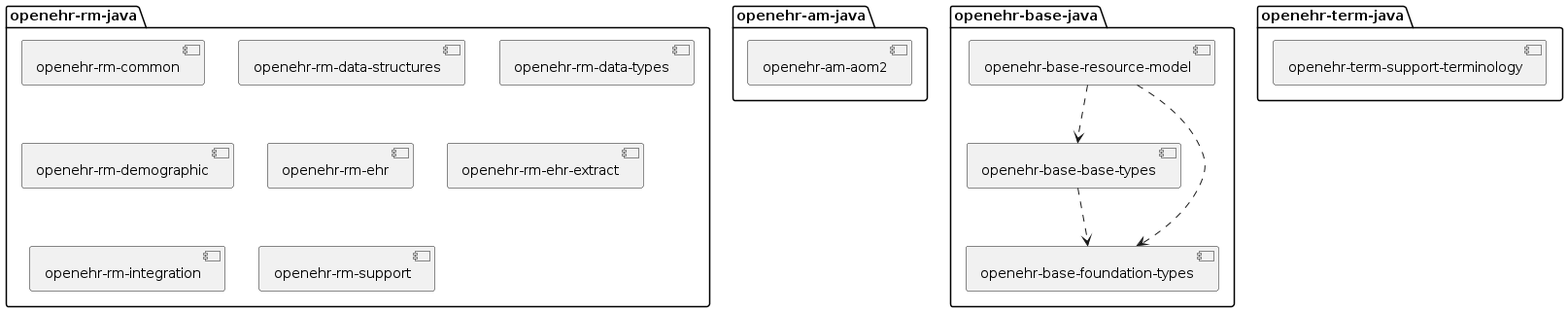
Above: img/overview.png in openehr4j/.github (PlantUML), before the change.
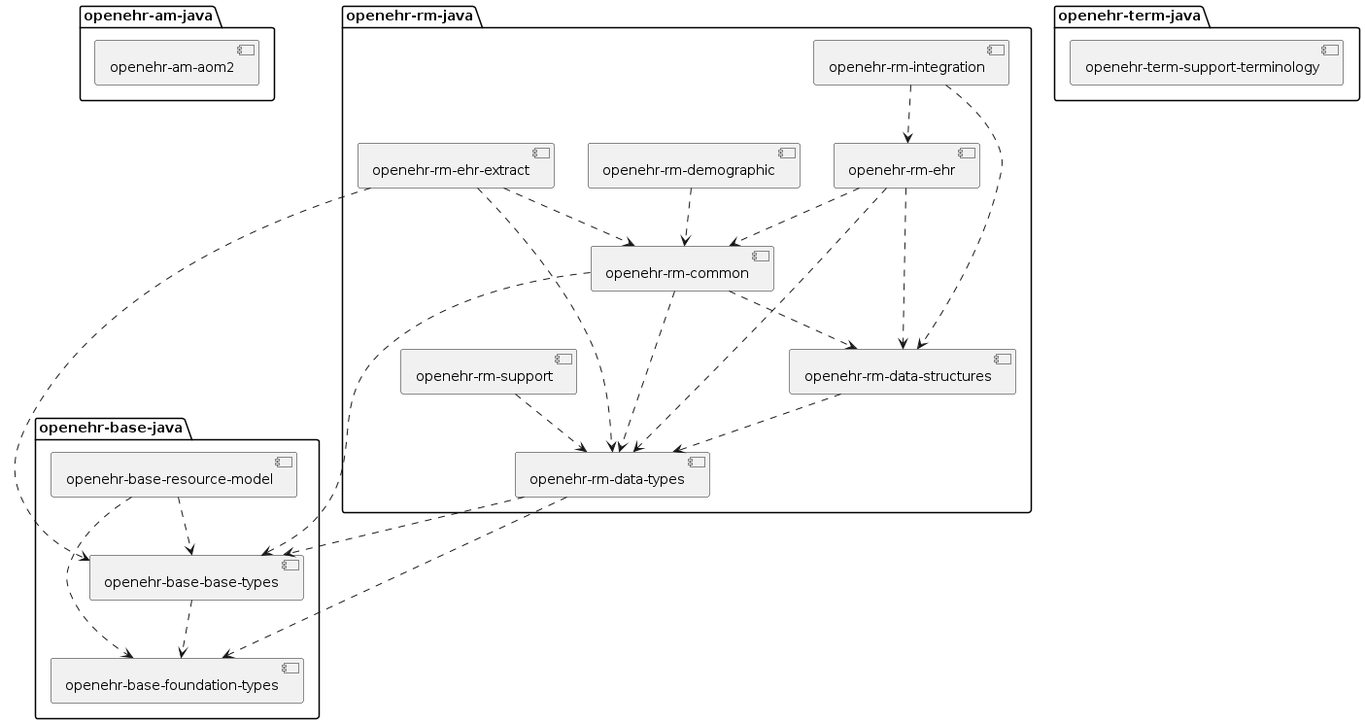
Above is the later version.

Commit message:
Update overview diagram

Diff of the diagram source:
```diff
@@ -29,4 +29,28 @@
 resourceModel ..> baseTypes
 resourceModel ..> foundationTypes
 
+common ..> baseTypes
+common ..> dataTypes
+common ..> dataStructures
+
+dataStructures ..> dataTypes
+
+dataTypes ..> baseTypes
+dataTypes ..> foundationTypes
+
+demographic ..> common
+
+ehr ..> common
+ehr ..> dataStructures
+ehr ..> dataTypes
+
+ehrExtract ..> baseTypes
+ehrExtract ..> common
+ehrExtract ..> dataTypes
+
+integration ..> dataStructures
+integration ..> ehr
+
+support ..> dataTypes
+
 @enduml
```
